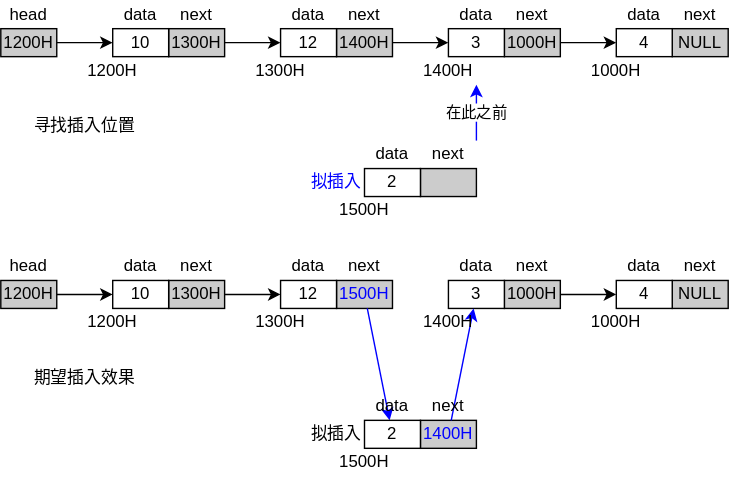
This is images/c-struct-list-7.svg from cs-course/marp-public, a draw.io export, as it was before one commit. Source tidied: cells renumbered, new cells last; positions are measured from the earlier drawing's top-left corner, leaving out a move shared by most shapes. The source it was exported from:
```xml
<mxGraphModel>
  <root>
    <mxCell id="0" />
    <mxCell id="1" parent="0" />
    <mxCell id="2" value="1300H" style="rounded=0;whiteSpace=wrap;html=1;fillColor=#CCCCCC;" parent="1" vertex="1">
      <mxGeometry x="120" y="20" width="40" height="20" as="geometry" />
    </mxCell>
    <mxCell id="3" value="10" style="rounded=0;whiteSpace=wrap;html=1;" parent="1" vertex="1">
      <mxGeometry x="80" y="20" width="40" height="20" as="geometry" />
    </mxCell>
    <mxCell id="4" value="data" style="text;html=1;strokeColor=none;fillColor=none;align=center;verticalAlign=middle;whiteSpace=wrap;rounded=0;" parent="1" vertex="1">
      <mxGeometry x="80" width="40" height="20" as="geometry" />
    </mxCell>
    <mxCell id="5" value="next" style="text;html=1;strokeColor=none;fillColor=none;align=center;verticalAlign=middle;whiteSpace=wrap;rounded=0;" parent="1" vertex="1">
      <mxGeometry x="120" width="40" height="20" as="geometry" />
    </mxCell>
    <mxCell id="6" value="1400H" style="rounded=0;whiteSpace=wrap;html=1;fillColor=#CCCCCC;" parent="1" vertex="1">
      <mxGeometry x="240" y="20" width="40" height="20" as="geometry" />
    </mxCell>
    <mxCell id="7" value="12" style="rounded=0;whiteSpace=wrap;html=1;" parent="1" vertex="1">
      <mxGeometry x="200" y="20" width="40" height="20" as="geometry" />
    </mxCell>
    <mxCell id="8" value="data" style="text;html=1;strokeColor=none;fillColor=none;align=center;verticalAlign=middle;whiteSpace=wrap;rounded=0;" parent="1" vertex="1">
      <mxGeometry x="200" width="40" height="20" as="geometry" />
    </mxCell>
    <mxCell id="9" value="next" style="text;html=1;strokeColor=none;fillColor=none;align=center;verticalAlign=middle;whiteSpace=wrap;rounded=0;" parent="1" vertex="1">
      <mxGeometry x="240" width="40" height="20" as="geometry" />
    </mxCell>
    <mxCell id="10" style="endArrow=classic;html=1;" parent="1" edge="1" source="2" target="7">
      <mxGeometry relative="1" as="geometry" />
    </mxCell>
    <mxCell id="11" value="head" style="text;html=1;strokeColor=none;fillColor=none;align=center;verticalAlign=middle;whiteSpace=wrap;rounded=0;" parent="1" vertex="1">
      <mxGeometry width="40" height="20" as="geometry" />
    </mxCell>
    <mxCell id="12" style="endArrow=classic;html=1;" parent="1" edge="1" source="13" target="3">
      <mxGeometry relative="1" as="geometry" />
    </mxCell>
    <mxCell id="13" value="1200H" style="rounded=0;whiteSpace=wrap;html=1;fillColor=#CCCCCC;" parent="1" vertex="1">
      <mxGeometry y="20" width="40" height="20" as="geometry" />
    </mxCell>
    <mxCell id="14" value="1000H" style="rounded=0;whiteSpace=wrap;html=1;fillColor=#CCCCCC;" parent="1" vertex="1">
      <mxGeometry x="360" y="20" width="40" height="20" as="geometry" />
    </mxCell>
    <mxCell id="15" value="3" style="rounded=0;whiteSpace=wrap;html=1;" parent="1" vertex="1">
      <mxGeometry x="320" y="20" width="40" height="20" as="geometry" />
    </mxCell>
    <mxCell id="16" value="data" style="text;html=1;strokeColor=none;fillColor=none;align=center;verticalAlign=middle;whiteSpace=wrap;rounded=0;" parent="1" vertex="1">
      <mxGeometry x="320" width="40" height="20" as="geometry" />
    </mxCell>
    <mxCell id="17" value="next" style="text;html=1;strokeColor=none;fillColor=none;align=center;verticalAlign=middle;whiteSpace=wrap;rounded=0;" parent="1" vertex="1">
      <mxGeometry x="360" width="40" height="20" as="geometry" />
    </mxCell>
    <mxCell id="18" value="NULL" style="rounded=0;whiteSpace=wrap;html=1;fillColor=#CCCCCC;" parent="1" vertex="1">
      <mxGeometry x="480" y="20" width="40" height="20" as="geometry" />
    </mxCell>
    <mxCell id="19" value="4" style="rounded=0;whiteSpace=wrap;html=1;" parent="1" vertex="1">
      <mxGeometry x="440" y="20" width="40" height="20" as="geometry" />
    </mxCell>
    <mxCell id="20" value="data" style="text;html=1;strokeColor=none;fillColor=none;align=center;verticalAlign=middle;whiteSpace=wrap;rounded=0;" parent="1" vertex="1">
      <mxGeometry x="440" width="40" height="20" as="geometry" />
    </mxCell>
    <mxCell id="21" value="next" style="text;html=1;strokeColor=none;fillColor=none;align=center;verticalAlign=middle;whiteSpace=wrap;rounded=0;" parent="1" vertex="1">
      <mxGeometry x="480" width="40" height="20" as="geometry" />
    </mxCell>
    <mxCell id="22" style="endArrow=classic;html=1;" parent="1" edge="1" source="14" target="19">
      <mxGeometry relative="1" as="geometry" />
    </mxCell>
    <mxCell id="23" style="endArrow=classic;html=1;" parent="1" edge="1" source="6" target="15">
      <mxGeometry relative="1" as="geometry" />
    </mxCell>
    <mxCell id="24" value="1200H" style="text;html=1;strokeColor=none;fillColor=none;align=center;verticalAlign=middle;whiteSpace=wrap;rounded=0;" parent="1" vertex="1">
      <mxGeometry x="60" y="40" width="40" height="20" as="geometry" />
    </mxCell>
    <mxCell id="25" value="1300H" style="text;html=1;strokeColor=none;fillColor=none;align=center;verticalAlign=middle;whiteSpace=wrap;rounded=0;" parent="1" vertex="1">
      <mxGeometry x="180" y="40" width="40" height="20" as="geometry" />
    </mxCell>
    <mxCell id="26" value="1400H" style="text;html=1;strokeColor=none;fillColor=none;align=center;verticalAlign=middle;whiteSpace=wrap;rounded=0;" parent="1" vertex="1">
      <mxGeometry x="300" y="40" width="40" height="20" as="geometry" />
    </mxCell>
    <mxCell id="27" value="1000H" style="text;html=1;strokeColor=none;fillColor=none;align=center;verticalAlign=middle;whiteSpace=wrap;rounded=0;" parent="1" vertex="1">
      <mxGeometry x="420" y="40" width="40" height="20" as="geometry" />
    </mxCell>
    <mxCell id="28" style="rounded=0;whiteSpace=wrap;html=1;fillColor=#CCCCCC;" parent="1" vertex="1">
      <mxGeometry x="300" y="120" width="40" height="20" as="geometry" />
    </mxCell>
    <mxCell id="29" value="2" style="rounded=0;whiteSpace=wrap;html=1;" parent="1" vertex="1">
      <mxGeometry x="260" y="120" width="40" height="20" as="geometry" />
    </mxCell>
    <mxCell id="30" value="data" style="text;html=1;strokeColor=none;fillColor=none;align=center;verticalAlign=middle;whiteSpace=wrap;rounded=0;" parent="1" vertex="1">
      <mxGeometry x="260" y="100" width="40" height="20" as="geometry" />
    </mxCell>
    <mxCell id="31" value="next" style="text;html=1;strokeColor=none;fillColor=none;align=center;verticalAlign=middle;whiteSpace=wrap;rounded=0;" parent="1" vertex="1">
      <mxGeometry x="300" y="100" width="40" height="20" as="geometry" />
    </mxCell>
    <mxCell id="32" value="1500H" style="text;html=1;strokeColor=none;fillColor=none;align=center;verticalAlign=middle;whiteSpace=wrap;rounded=0;" parent="1" vertex="1">
      <mxGeometry x="240" y="140" width="40" height="20" as="geometry" />
    </mxCell>
    <mxCell id="33" value="拟插入" style="text;html=1;strokeColor=none;fillColor=none;align=center;verticalAlign=middle;whiteSpace=wrap;rounded=0;fontColor=#0000FF;" parent="1" vertex="1">
      <mxGeometry x="220" y="120" width="40" height="20" as="geometry" />
    </mxCell>
    <mxCell id="34" value="在此之前" style="endArrow=classic;html=1;exitX=1;exitY=0;exitDx=0;exitDy=0;entryX=1;entryY=1;entryDx=0;entryDy=0;strokeColor=#0000FF;" parent="1" edge="1" source="31" target="26">
      <mxGeometry relative="1" as="geometry" />
    </mxCell>
    <mxCell id="35" value="1300H" style="rounded=0;whiteSpace=wrap;html=1;fillColor=#CCCCCC;" parent="1" vertex="1">
      <mxGeometry x="120" y="200" width="40" height="20" as="geometry" />
    </mxCell>
    <mxCell id="36" value="10" style="rounded=0;whiteSpace=wrap;html=1;" parent="1" vertex="1">
      <mxGeometry x="80" y="200" width="40" height="20" as="geometry" />
    </mxCell>
    <mxCell id="37" value="data" style="text;html=1;strokeColor=none;fillColor=none;align=center;verticalAlign=middle;whiteSpace=wrap;rounded=0;" parent="1" vertex="1">
      <mxGeometry x="80" y="180" width="40" height="20" as="geometry" />
    </mxCell>
    <mxCell id="38" value="next" style="text;html=1;strokeColor=none;fillColor=none;align=center;verticalAlign=middle;whiteSpace=wrap;rounded=0;" parent="1" vertex="1">
      <mxGeometry x="120" y="180" width="40" height="20" as="geometry" />
    </mxCell>
    <mxCell id="39" value="&lt;font color=&quot;#0000ff&quot;&gt;1500H&lt;/font&gt;" style="rounded=0;whiteSpace=wrap;html=1;fillColor=#CCCCCC;" parent="1" vertex="1">
      <mxGeometry x="240" y="200" width="40" height="20" as="geometry" />
    </mxCell>
    <mxCell id="40" value="12" style="rounded=0;whiteSpace=wrap;html=1;" parent="1" vertex="1">
      <mxGeometry x="200" y="200" width="40" height="20" as="geometry" />
    </mxCell>
    <mxCell id="41" value="data" style="text;html=1;strokeColor=none;fillColor=none;align=center;verticalAlign=middle;whiteSpace=wrap;rounded=0;" parent="1" vertex="1">
      <mxGeometry x="200" y="180" width="40" height="20" as="geometry" />
    </mxCell>
    <mxCell id="42" value="next" style="text;html=1;strokeColor=none;fillColor=none;align=center;verticalAlign=middle;whiteSpace=wrap;rounded=0;" parent="1" vertex="1">
      <mxGeometry x="240" y="180" width="40" height="20" as="geometry" />
    </mxCell>
    <mxCell id="43" style="endArrow=classic;html=1;" parent="1" edge="1" source="35" target="40">
      <mxGeometry relative="1" as="geometry" />
    </mxCell>
    <mxCell id="44" value="head" style="text;html=1;strokeColor=none;fillColor=none;align=center;verticalAlign=middle;whiteSpace=wrap;rounded=0;" parent="1" vertex="1">
      <mxGeometry y="180" width="40" height="20" as="geometry" />
    </mxCell>
    <mxCell id="45" style="endArrow=classic;html=1;" parent="1" edge="1" source="46" target="36">
      <mxGeometry relative="1" as="geometry" />
    </mxCell>
    <mxCell id="46" value="1200H" style="rounded=0;whiteSpace=wrap;html=1;fillColor=#CCCCCC;" parent="1" vertex="1">
      <mxGeometry y="200" width="40" height="20" as="geometry" />
    </mxCell>
    <mxCell id="47" value="1000H" style="rounded=0;whiteSpace=wrap;html=1;fillColor=#CCCCCC;" parent="1" vertex="1">
      <mxGeometry x="360" y="200" width="40" height="20" as="geometry" />
    </mxCell>
    <mxCell id="48" value="3" style="rounded=0;whiteSpace=wrap;html=1;" parent="1" vertex="1">
      <mxGeometry x="320" y="200" width="40" height="20" as="geometry" />
    </mxCell>
    <mxCell id="49" value="data" style="text;html=1;strokeColor=none;fillColor=none;align=center;verticalAlign=middle;whiteSpace=wrap;rounded=0;" parent="1" vertex="1">
      <mxGeometry x="320" y="180" width="40" height="20" as="geometry" />
    </mxCell>
    <mxCell id="50" value="next" style="text;html=1;strokeColor=none;fillColor=none;align=center;verticalAlign=middle;whiteSpace=wrap;rounded=0;" parent="1" vertex="1">
      <mxGeometry x="360" y="180" width="40" height="20" as="geometry" />
    </mxCell>
    <mxCell id="51" value="NULL" style="rounded=0;whiteSpace=wrap;html=1;fillColor=#CCCCCC;" parent="1" vertex="1">
      <mxGeometry x="480" y="200" width="40" height="20" as="geometry" />
    </mxCell>
    <mxCell id="52" value="4" style="rounded=0;whiteSpace=wrap;html=1;" parent="1" vertex="1">
      <mxGeometry x="440" y="200" width="40" height="20" as="geometry" />
    </mxCell>
    <mxCell id="53" value="data" style="text;html=1;strokeColor=none;fillColor=none;align=center;verticalAlign=middle;whiteSpace=wrap;rounded=0;" parent="1" vertex="1">
      <mxGeometry x="440" y="180" width="40" height="20" as="geometry" />
    </mxCell>
    <mxCell id="54" value="next" style="text;html=1;strokeColor=none;fillColor=none;align=center;verticalAlign=middle;whiteSpace=wrap;rounded=0;" parent="1" vertex="1">
      <mxGeometry x="480" y="180" width="40" height="20" as="geometry" />
    </mxCell>
    <mxCell id="55" style="endArrow=classic;html=1;" parent="1" edge="1" source="47" target="52">
      <mxGeometry relative="1" as="geometry" />
    </mxCell>
    <mxCell id="56" style="endArrow=classic;html=1;strokeColor=#0000FF;" parent="1" edge="1" source="39" target="61">
      <mxGeometry relative="1" as="geometry" />
    </mxCell>
    <mxCell id="57" value="1200H" style="text;html=1;strokeColor=none;fillColor=none;align=center;verticalAlign=middle;whiteSpace=wrap;rounded=0;" parent="1" vertex="1">
      <mxGeometry x="60" y="220" width="40" height="20" as="geometry" />
    </mxCell>
    <mxCell id="58" value="1300H" style="text;html=1;strokeColor=none;fillColor=none;align=center;verticalAlign=middle;whiteSpace=wrap;rounded=0;" parent="1" vertex="1">
      <mxGeometry x="180" y="220" width="40" height="20" as="geometry" />
    </mxCell>
    <mxCell id="59" value="1000H" style="text;html=1;strokeColor=none;fillColor=none;align=center;verticalAlign=middle;whiteSpace=wrap;rounded=0;" parent="1" vertex="1">
      <mxGeometry x="420" y="220" width="40" height="20" as="geometry" />
    </mxCell>
    <mxCell id="60" value="1400H" style="rounded=0;whiteSpace=wrap;html=1;fillColor=#CCCCCC;fontColor=#0000FF;" parent="1" vertex="1">
      <mxGeometry x="300" y="300" width="40" height="20" as="geometry" />
    </mxCell>
    <mxCell id="61" value="2" style="rounded=0;whiteSpace=wrap;html=1;" parent="1" vertex="1">
      <mxGeometry x="260" y="300" width="40" height="20" as="geometry" />
    </mxCell>
    <mxCell id="62" value="1500H" style="text;html=1;strokeColor=none;fillColor=none;align=center;verticalAlign=middle;whiteSpace=wrap;rounded=0;" parent="1" vertex="1">
      <mxGeometry x="240" y="320" width="40" height="20" as="geometry" />
    </mxCell>
    <mxCell id="63" value="拟插入" style="text;html=1;strokeColor=none;fillColor=none;align=center;verticalAlign=middle;whiteSpace=wrap;rounded=0;" parent="1" vertex="1">
      <mxGeometry x="220" y="300" width="40" height="20" as="geometry" />
    </mxCell>
    <mxCell id="64" style="endArrow=classic;html=1;strokeColor=#0000FF;" parent="1" edge="1" source="60" target="48">
      <mxGeometry relative="1" as="geometry" />
    </mxCell>
    <mxCell id="65" value="data" style="text;html=1;strokeColor=none;fillColor=none;align=center;verticalAlign=middle;whiteSpace=wrap;rounded=0;" parent="1" vertex="1">
      <mxGeometry x="260" y="280" width="40" height="20" as="geometry" />
    </mxCell>
    <mxCell id="66" value="next" style="text;html=1;strokeColor=none;fillColor=none;align=center;verticalAlign=middle;whiteSpace=wrap;rounded=0;" parent="1" vertex="1">
      <mxGeometry x="300" y="280" width="40" height="20" as="geometry" />
    </mxCell>
    <mxCell id="67" value="1400H" style="text;html=1;strokeColor=none;fillColor=none;align=center;verticalAlign=middle;whiteSpace=wrap;rounded=0;" parent="1" vertex="1">
      <mxGeometry x="300" y="220" width="40" height="20" as="geometry" />
    </mxCell>
    <mxCell id="68" value="寻找插入位置" style="text;html=1;strokeColor=none;fillColor=none;align=center;verticalAlign=middle;whiteSpace=wrap;rounded=0;" parent="1" vertex="1">
      <mxGeometry y="80" width="120" height="20" as="geometry" />
    </mxCell>
    <mxCell id="69" value="期望插入效果" style="text;html=1;strokeColor=none;fillColor=none;align=center;verticalAlign=middle;whiteSpace=wrap;rounded=0;" parent="1" vertex="1">
      <mxGeometry y="260" width="120" height="20" as="geometry" />
    </mxCell>
  </root>
</mxGraphModel>
```
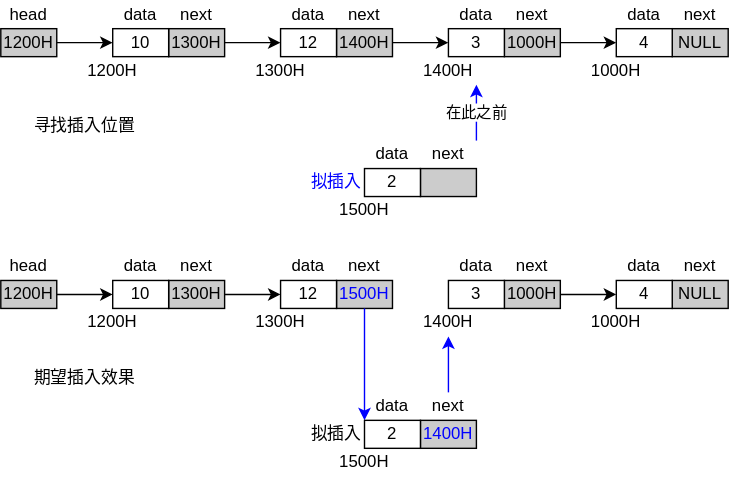
The same file after the commit.

What changed in the source:
```diff
@@ -164,7 +164,7 @@
     <mxCell id="55" style="endArrow=classic;html=1;" parent="1" edge="1" source="47" target="52">
       <mxGeometry relative="1" as="geometry" />
     </mxCell>
-    <mxCell id="56" style="endArrow=classic;html=1;strokeColor=#0000FF;" parent="1" edge="1" source="39" target="61">
+    <mxCell id="56" style="endArrow=classic;html=1;strokeColor=#0000FF;entryX=0;entryY=1;entryDx=0;entryDy=0;" parent="1" edge="1" source="39" target="65">
       <mxGeometry relative="1" as="geometry" />
     </mxCell>
     <mxCell id="57" value="1200H" style="text;html=1;strokeColor=none;fillColor=none;align=center;verticalAlign=middle;whiteSpace=wrap;rounded=0;" parent="1" vertex="1">
@@ -188,7 +188,7 @@
     <mxCell id="63" value="拟插入" style="text;html=1;strokeColor=none;fillColor=none;align=center;verticalAlign=middle;whiteSpace=wrap;rounded=0;" parent="1" vertex="1">
       <mxGeometry x="220" y="300" width="40" height="20" as="geometry" />
     </mxCell>
-    <mxCell id="64" style="endArrow=classic;html=1;strokeColor=#0000FF;" parent="1" edge="1" source="60" target="48">
+    <mxCell id="64" style="endArrow=classic;html=1;strokeColor=#0000FF;" parent="1" edge="1" source="66" target="67">
       <mxGeometry relative="1" as="geometry" />
     </mxCell>
     <mxCell id="65" value="data" style="text;html=1;strokeColor=none;fillColor=none;align=center;verticalAlign=middle;whiteSpace=wrap;rounded=0;" parent="1" vertex="1">
```
